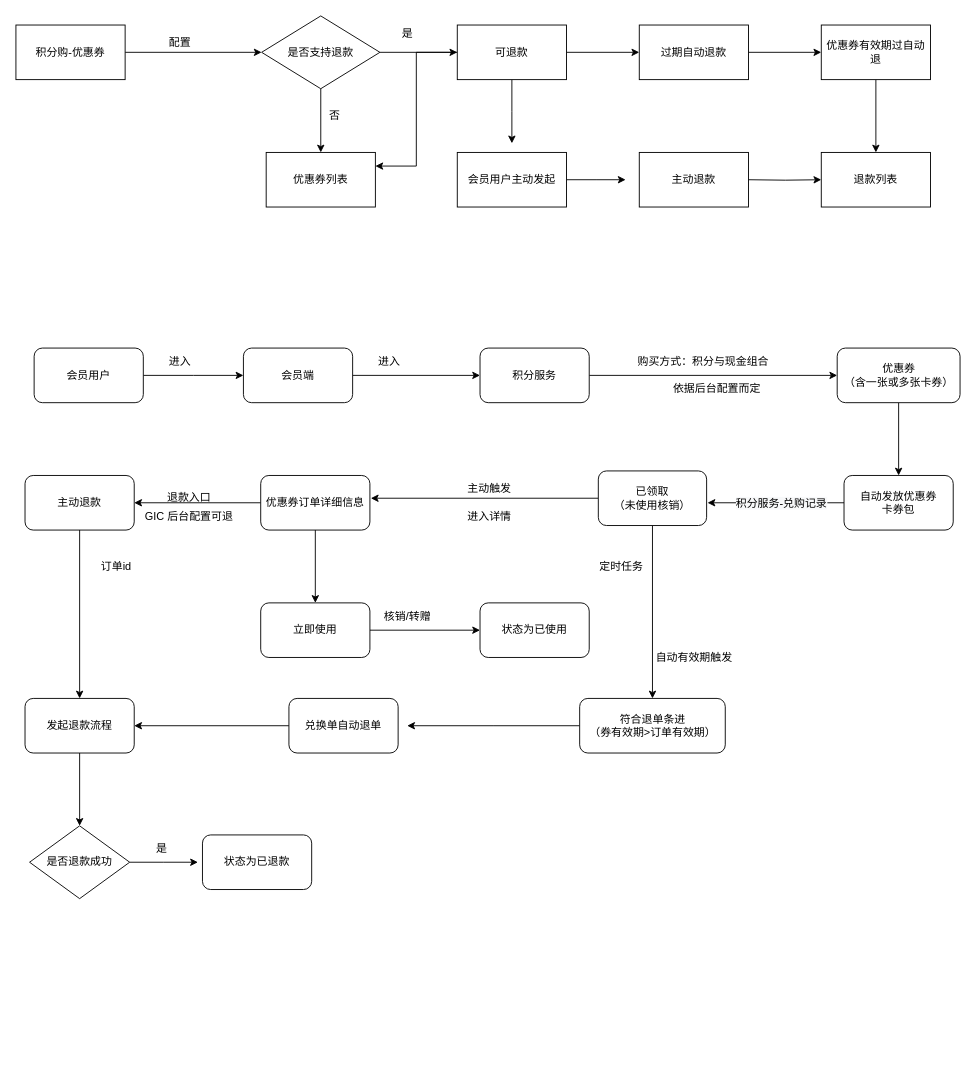
YYB1024/myRemoteRepo keeps this draw.io diagram as 积分购-优惠券退款业务.drawio. Above is the earlier version. Source tidied: cells renumbered, new cells numbered last; positions are measured from the earlier drawing's top-left corner, leaving out a move shared by most shapes. Both pictures are drawn from the tidied source at 91%, with x=0, y=0 at pixel (15, 15).
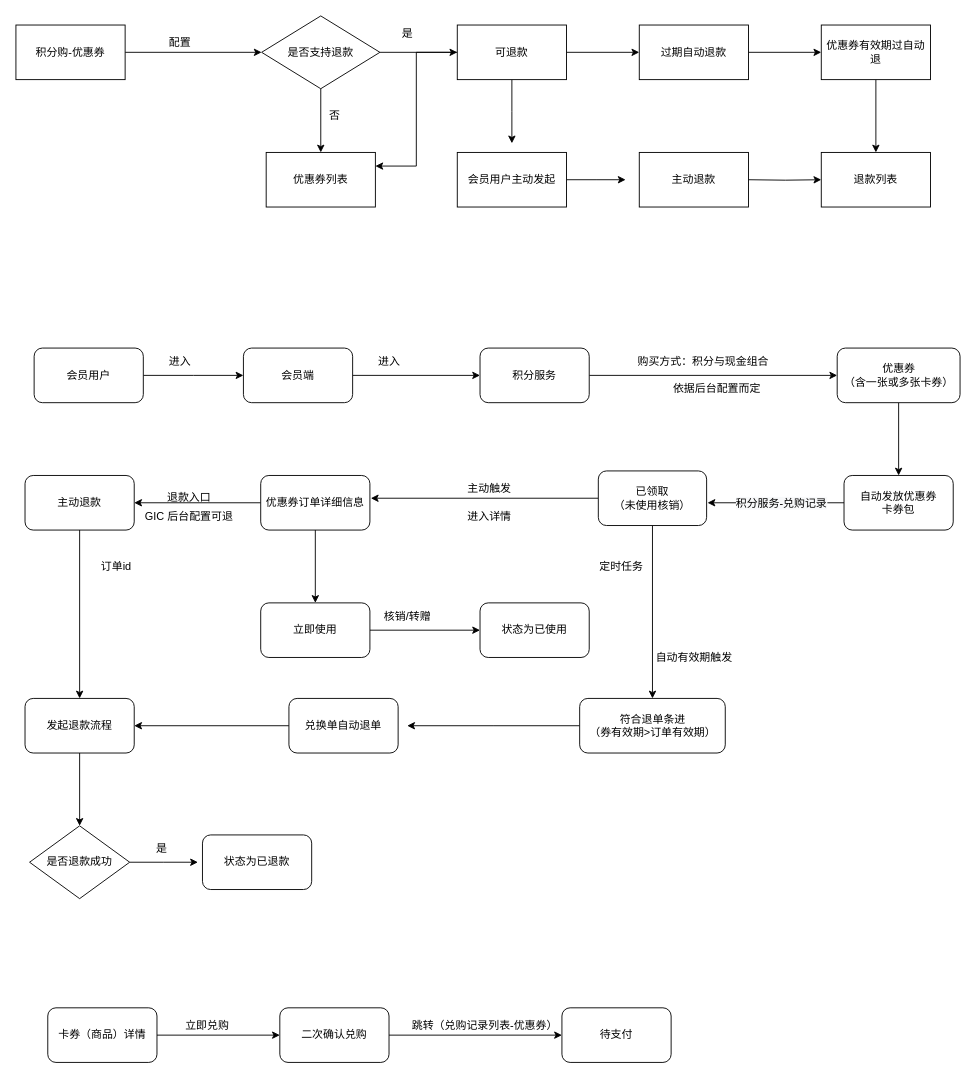
The same diagram, later.

Commit message:
更新积分购-优惠券退款业务.drawio

The edit, as a diff of the source:
```diff
@@
+    <mxCell id="68" style="edgeStyle=orthogonalEdgeStyle;rounded=0;jettySize=auto;html=1;" parent="1" edge="1" source="69" target="71">
+      <mxGeometry relative="1" as="geometry" />
+    </mxCell>
+    <mxCell id="69" value="卡券（商品）详情" style="rounded=1;whiteSpace=wrap;html=1;" parent="1" vertex="1">
+      <mxGeometry x="35" y="1090" width="120" height="60" as="geometry" />
+    </mxCell>
+    <mxCell id="70" style="edgeStyle=orthogonalEdgeStyle;rounded=0;jettySize=auto;html=1;" parent="1" edge="1" source="71" target="73">
+      <mxGeometry relative="1" as="geometry" />
+    </mxCell>
+    <mxCell id="71" value="二次确认兑购" style="whiteSpace=wrap;html=1;rounded=1;" parent="1" vertex="1">
+      <mxGeometry x="290" y="1090" width="120" height="60" as="geometry" />
+    </mxCell>
+    <mxCell id="72" value="立即兑购" style="text;html=1;align=center;verticalAlign=middle;strokeColor=none;fillColor=none;" parent="1" vertex="1">
+      <mxGeometry x="175" y="1095" width="70" height="30" as="geometry" />
+    </mxCell>
+    <mxCell id="73" value="待支付" style="whiteSpace=wrap;html=1;rounded=1;" parent="1" vertex="1">
+      <mxGeometry x="600" y="1090" width="120" height="60" as="geometry" />
+    </mxCell>
+    <mxCell id="74" value="跳转（&lt;span style=&quot;&quot;&gt;兑购记录列表-优惠券&lt;/span&gt;）" style="text;html=1;align=center;verticalAlign=middle;strokeColor=none;fillColor=none;" parent="1" vertex="1">
+      <mxGeometry x="425" y="1095" width="180" height="30" as="geometry" />
+    </mxCell>
```
